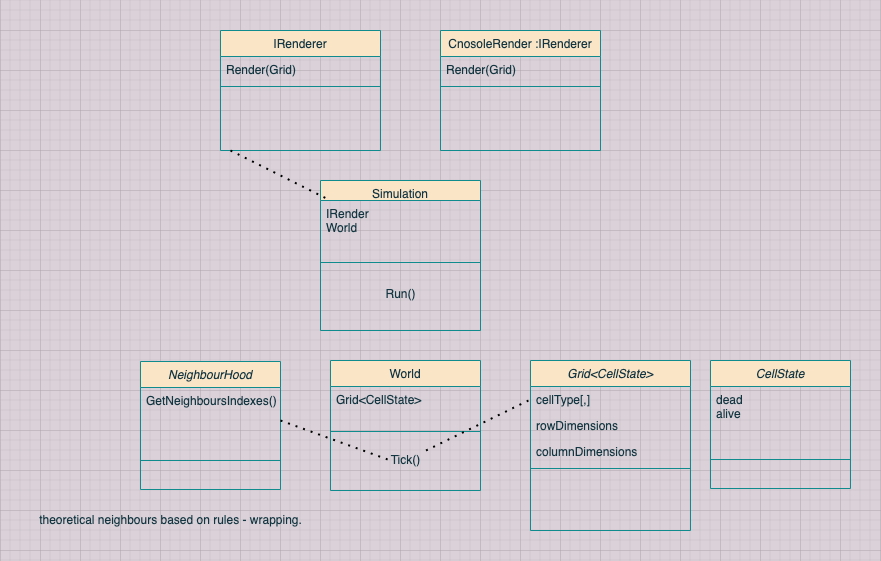
Earlier version of the draw.io export docs/plan.png (GorginZ/Conways). Source tidied: cells renumbered, new cells last; positions are measured from the earlier drawing's top-left corner, leaving out a move shared by most shapes. The source it was exported from:
```xml
<mxGraphModel background="#DAD2D8">
  <root>
    <mxCell id="0" />
    <mxCell id="1" parent="0" />
    <mxCell id="2" value="Grid&lt;CellState&gt;" style="swimlane;fontStyle=2;align=center;verticalAlign=top;horizontal=1;startSize=26;rounded=0;shadow=0;strokeWidth=1;fillColor=#FAE5C7;strokeColor=#0F8B8D;fontColor=#143642;" parent="1" vertex="1">
      <mxGeometry x="500" y="330" width="160" height="170" as="geometry" />
    </mxCell>
    <mxCell id="3" value="cellType[,]" style="text;align=left;verticalAlign=top;spacingLeft=4;spacingRight=4;overflow=hidden;points=[[0,0.5],[1,0.5]];portConstraint=eastwest;fontColor=#143642;" parent="2" vertex="1">
      <mxGeometry y="26" width="160" height="26" as="geometry" />
    </mxCell>
    <mxCell id="4" value="rowDimensions" style="text;align=left;verticalAlign=top;spacingLeft=4;spacingRight=4;overflow=hidden;rounded=0;shadow=0;html=0;fontColor=#143642;" parent="2" vertex="1">
      <mxGeometry y="52" width="160" height="26" as="geometry" />
    </mxCell>
    <mxCell id="5" value="columnDimensions" style="text;align=left;verticalAlign=top;spacingLeft=4;spacingRight=4;overflow=hidden;rounded=0;shadow=0;html=0;fontColor=#143642;" parent="2" vertex="1">
      <mxGeometry y="78" width="160" height="26" as="geometry" />
    </mxCell>
    <mxCell id="6" style="line;html=1;strokeWidth=1;align=left;verticalAlign=middle;spacingTop=-1;spacingLeft=3;spacingRight=3;labelPosition=right;labelBackgroundColor=#DAD2D8;fillColor=#FAE5C7;strokeColor=#0F8B8D;fontColor=#143642;" parent="2" vertex="1">
      <mxGeometry y="104" width="160" height="8" as="geometry" />
    </mxCell>
    <mxCell id="7" value="IRenderer" style="swimlane;fontStyle=0;align=center;verticalAlign=top;horizontal=1;startSize=26;rounded=0;shadow=0;strokeWidth=1;fillColor=#FAE5C7;strokeColor=#0F8B8D;fontColor=#143642;" parent="1" vertex="1">
      <mxGeometry x="190" width="160" height="120" as="geometry" />
    </mxCell>
    <mxCell id="8" value="Render(Grid)" style="text;align=left;verticalAlign=top;spacingLeft=4;spacingRight=4;overflow=hidden;points=[[0,0.5],[1,0.5]];portConstraint=eastwest;rounded=0;shadow=0;html=0;fontColor=#143642;" parent="7" vertex="1">
      <mxGeometry y="26" width="160" height="26" as="geometry" />
    </mxCell>
    <mxCell id="9" style="line;html=1;strokeWidth=1;align=left;verticalAlign=middle;spacingTop=-1;spacingLeft=3;spacingRight=3;labelPosition=right;labelBackgroundColor=#DAD2D8;fillColor=#FAE5C7;strokeColor=#0F8B8D;fontColor=#143642;" parent="7" vertex="1">
      <mxGeometry y="52" width="160" height="8" as="geometry" />
    </mxCell>
    <mxCell id="10" value="CellState" style="swimlane;fontStyle=2;align=center;verticalAlign=top;horizontal=1;startSize=26;rounded=0;shadow=0;strokeWidth=1;fillColor=#FAE5C7;strokeColor=#0F8B8D;fontColor=#143642;" parent="1" vertex="1">
      <mxGeometry x="680" y="330" width="140" height="128" as="geometry" />
    </mxCell>
    <mxCell id="11" value="dead&#10;alive&#10;" style="text;align=left;verticalAlign=top;spacingLeft=4;spacingRight=4;overflow=hidden;fontColor=#143642;" parent="10" vertex="1">
      <mxGeometry y="26" width="140" height="44" as="geometry" />
    </mxCell>
    <mxCell id="12" style="line;html=1;strokeWidth=1;align=left;verticalAlign=middle;spacingTop=-1;spacingLeft=3;spacingRight=3;labelPosition=right;labelBackgroundColor=#DAD2D8;fillColor=#FAE5C7;strokeColor=#0F8B8D;fontColor=#143642;" parent="10" vertex="1">
      <mxGeometry y="70" width="140" height="58" as="geometry" />
    </mxCell>
    <mxCell id="13" value="CnosoleRender :IRenderer" style="swimlane;fontStyle=0;align=center;verticalAlign=top;horizontal=1;startSize=26;rounded=0;shadow=0;strokeWidth=1;fillColor=#FAE5C7;strokeColor=#0F8B8D;fontColor=#143642;" parent="1" vertex="1">
      <mxGeometry x="410" width="160" height="120" as="geometry" />
    </mxCell>
    <mxCell id="14" value="Render(Grid)" style="text;align=left;verticalAlign=top;spacingLeft=4;spacingRight=4;overflow=hidden;rounded=0;shadow=0;html=0;fontColor=#143642;" parent="13" vertex="1">
      <mxGeometry y="26" width="160" height="26" as="geometry" />
    </mxCell>
    <mxCell id="15" style="line;html=1;strokeWidth=1;align=left;verticalAlign=middle;spacingTop=-1;spacingLeft=3;spacingRight=3;labelPosition=right;labelBackgroundColor=#DAD2D8;fillColor=#FAE5C7;strokeColor=#0F8B8D;fontColor=#143642;" parent="13" vertex="1">
      <mxGeometry y="52" width="160" height="8" as="geometry" />
    </mxCell>
    <mxCell id="16" value="NeighbourHood" style="swimlane;fontStyle=2;align=center;verticalAlign=top;horizontal=1;startSize=26;rounded=0;shadow=0;strokeWidth=1;fillColor=#FAE5C7;strokeColor=#0F8B8D;fontColor=#143642;" parent="1" vertex="1">
      <mxGeometry x="110" y="331" width="140" height="128" as="geometry" />
    </mxCell>
    <mxCell id="17" value="GetNeighboursIndexes()&#10;&#10;" style="text;align=left;verticalAlign=top;spacingLeft=4;spacingRight=4;overflow=hidden;fontColor=#143642;" parent="16" vertex="1">
      <mxGeometry y="26" width="140" height="44" as="geometry" />
    </mxCell>
    <mxCell id="18" style="line;html=1;strokeWidth=1;align=left;verticalAlign=middle;spacingTop=-1;spacingLeft=3;spacingRight=3;labelPosition=right;labelBackgroundColor=#DAD2D8;fillColor=#FAE5C7;strokeColor=#0F8B8D;fontColor=#143642;" parent="16" vertex="1">
      <mxGeometry y="70" width="140" height="58" as="geometry" />
    </mxCell>
    <mxCell id="19" value="World" style="swimlane;fontStyle=0;align=center;verticalAlign=top;horizontal=1;startSize=26;rounded=0;shadow=0;strokeWidth=1;fillColor=#FAE5C7;strokeColor=#0F8B8D;fontColor=#143642;" parent="1" vertex="1">
      <mxGeometry x="300" y="330" width="150" height="130" as="geometry" />
    </mxCell>
    <mxCell id="20" value="Grid&lt;CellState&gt;" style="text;align=left;verticalAlign=top;spacingLeft=4;spacingRight=4;overflow=hidden;rounded=0;shadow=0;html=0;fontColor=#143642;" parent="19" vertex="1">
      <mxGeometry y="26" width="150" height="26" as="geometry" />
    </mxCell>
    <mxCell id="21" style="line;html=1;strokeWidth=1;align=left;verticalAlign=middle;spacingTop=-1;spacingLeft=3;spacingRight=3;labelPosition=right;labelBackgroundColor=#DAD2D8;fillColor=#FAE5C7;strokeColor=#0F8B8D;fontColor=#143642;" parent="19" vertex="1">
      <mxGeometry y="52" width="150" height="38" as="geometry" />
    </mxCell>
    <mxCell id="22" value="Tick()" style="text;html=1;align=center;verticalAlign=middle;points=[];fontColor=#143642;" parent="19" vertex="1">
      <mxGeometry y="90" width="150" height="20" as="geometry" />
    </mxCell>
    <mxCell id="23" value="Simulation" style="swimlane;fontStyle=0;align=center;verticalAlign=top;horizontal=1;startSize=20;rounded=0;shadow=0;strokeWidth=1;fillColor=#FAE5C7;strokeColor=#0F8B8D;fontColor=#143642;" parent="1" vertex="1">
      <mxGeometry x="290" y="150" width="160" height="150" as="geometry" />
    </mxCell>
    <mxCell id="24" value="IRender&#10;World&#10;" style="text;align=left;verticalAlign=top;spacingLeft=4;spacingRight=4;overflow=hidden;rounded=0;shadow=0;html=0;fontColor=#143642;" parent="23" vertex="1">
      <mxGeometry y="20" width="160" height="40" as="geometry" />
    </mxCell>
    <mxCell id="25" style="line;html=1;strokeWidth=1;align=left;verticalAlign=middle;spacingTop=-1;spacingLeft=3;spacingRight=3;labelPosition=right;labelBackgroundColor=#DAD2D8;fillColor=#FAE5C7;strokeColor=#0F8B8D;fontColor=#143642;" parent="23" vertex="1">
      <mxGeometry y="60" width="160" height="44" as="geometry" />
    </mxCell>
    <mxCell id="26" value="Run()" style="text;html=1;align=center;verticalAlign=middle;points=[];fontColor=#143642;" parent="23" vertex="1">
      <mxGeometry y="104" width="160" height="20" as="geometry" />
    </mxCell>
    <mxCell id="27" style="endArrow=none;dashed=1;html=1;dashPattern=1 3;strokeWidth=2;fillColor=#FAE5C7;fontColor=#143642;" parent="1" edge="1">
      <mxGeometry relative="1" as="geometry">
        <mxPoint x="200" y="120" as="sourcePoint" />
        <mxPoint x="300" y="170" as="targetPoint" />
      </mxGeometry>
    </mxCell>
    <mxCell id="28" style="endArrow=none;dashed=1;html=1;dashPattern=1 3;strokeWidth=2;fillColor=#FAE5C7;fontColor=#143642;" parent="1" edge="1">
      <mxGeometry relative="1" as="geometry">
        <mxPoint x="250" y="390" as="sourcePoint" />
        <mxPoint x="360" y="430" as="targetPoint" />
      </mxGeometry>
    </mxCell>
    <mxCell id="29" value="theoretical neighbours based on rules - wrapping." style="text;html=1;align=center;verticalAlign=middle;fontColor=#143642;" parent="1" vertex="1">
      <mxGeometry y="480" width="280" height="20" as="geometry" />
    </mxCell>
    <mxCell id="30" style="endArrow=none;dashed=1;html=1;dashPattern=1 3;strokeWidth=2;fillColor=#FAE5C7;fontColor=#143642;entryX=0;entryY=0.5;entryDx=0;entryDy=0;" parent="1" edge="1" source="22" target="3">
      <mxGeometry relative="1" as="geometry" />
    </mxCell>
  </root>
</mxGraphModel>
```
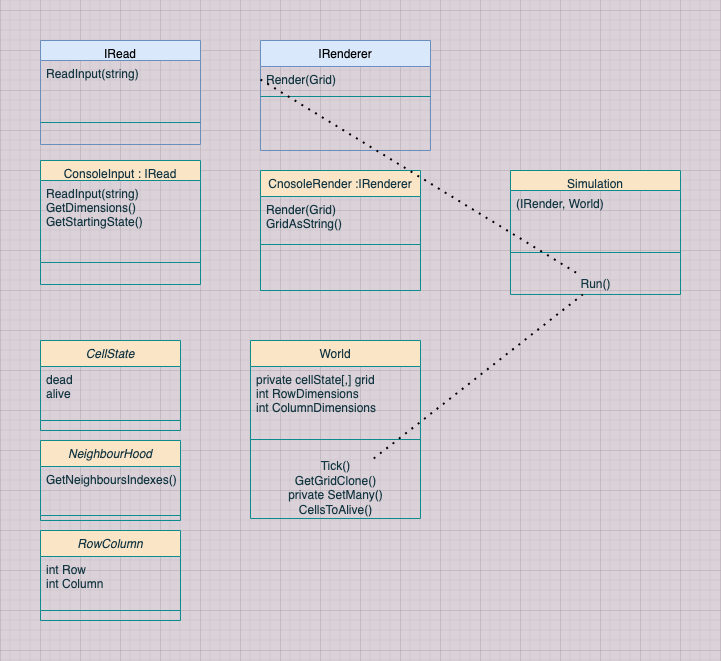
After the change.

Commit message:
tidied up class diagram

Change to the diagram source:
```diff
@@ -2,98 +2,98 @@
   <root>
     <mxCell id="0" />
     <mxCell id="1" parent="0" />
-    <mxCell id="2" value="Grid&lt;CellState&gt;" style="swimlane;fontStyle=2;align=center;verticalAlign=top;horizontal=1;startSize=26;rounded=0;shadow=0;strokeWidth=1;fillColor=#FAE5C7;strokeColor=#0F8B8D;fontColor=#143642;" parent="1" vertex="1">
-      <mxGeometry x="500" y="330" width="160" height="170" as="geometry" />
-    </mxCell>
-    <mxCell id="3" value="cellType[,]" style="text;align=left;verticalAlign=top;spacingLeft=4;spacingRight=4;overflow=hidden;points=[[0,0.5],[1,0.5]];portConstraint=eastwest;fontColor=#143642;" parent="2" vertex="1">
-      <mxGeometry y="26" width="160" height="26" as="geometry" />
-    </mxCell>
-    <mxCell id="4" value="rowDimensions" style="text;align=left;verticalAlign=top;spacingLeft=4;spacingRight=4;overflow=hidden;rounded=0;shadow=0;html=0;fontColor=#143642;" parent="2" vertex="1">
-      <mxGeometry y="52" width="160" height="26" as="geometry" />
-    </mxCell>
-    <mxCell id="5" value="columnDimensions" style="text;align=left;verticalAlign=top;spacingLeft=4;spacingRight=4;overflow=hidden;rounded=0;shadow=0;html=0;fontColor=#143642;" parent="2" vertex="1">
-      <mxGeometry y="78" width="160" height="26" as="geometry" />
-    </mxCell>
-    <mxCell id="6" style="line;html=1;strokeWidth=1;align=left;verticalAlign=middle;spacingTop=-1;spacingLeft=3;spacingRight=3;labelPosition=right;labelBackgroundColor=#DAD2D8;fillColor=#FAE5C7;strokeColor=#0F8B8D;fontColor=#143642;" parent="2" vertex="1">
-      <mxGeometry y="104" width="160" height="8" as="geometry" />
-    </mxCell>
-    <mxCell id="7" value="IRenderer" style="swimlane;fontStyle=0;align=center;verticalAlign=top;horizontal=1;startSize=26;rounded=0;shadow=0;strokeWidth=1;fillColor=#FAE5C7;strokeColor=#0F8B8D;fontColor=#143642;" parent="1" vertex="1">
-      <mxGeometry x="190" width="160" height="120" as="geometry" />
+    <mxCell id="7" value="IRenderer" style="swimlane;fontStyle=0;align=center;verticalAlign=top;horizontal=1;startSize=26;rounded=0;shadow=0;strokeWidth=1;fillColor=#dae8fc;strokeColor=#6c8ebf;" parent="1" vertex="1">
+      <mxGeometry x="230" y="-90" width="170" height="110" as="geometry" />
     </mxCell>
     <mxCell id="8" value="Render(Grid)" style="text;align=left;verticalAlign=top;spacingLeft=4;spacingRight=4;overflow=hidden;points=[[0,0.5],[1,0.5]];portConstraint=eastwest;rounded=0;shadow=0;html=0;fontColor=#143642;" parent="7" vertex="1">
-      <mxGeometry y="26" width="160" height="26" as="geometry" />
+      <mxGeometry y="26" width="170" height="26" as="geometry" />
     </mxCell>
     <mxCell id="9" style="line;html=1;strokeWidth=1;align=left;verticalAlign=middle;spacingTop=-1;spacingLeft=3;spacingRight=3;labelPosition=right;labelBackgroundColor=#DAD2D8;fillColor=#FAE5C7;strokeColor=#0F8B8D;fontColor=#143642;" parent="7" vertex="1">
-      <mxGeometry y="52" width="160" height="8" as="geometry" />
+      <mxGeometry y="52" width="170" height="8" as="geometry" />
     </mxCell>
     <mxCell id="10" value="CellState" style="swimlane;fontStyle=2;align=center;verticalAlign=top;horizontal=1;startSize=26;rounded=0;shadow=0;strokeWidth=1;fillColor=#FAE5C7;strokeColor=#0F8B8D;fontColor=#143642;" parent="1" vertex="1">
-      <mxGeometry x="680" y="330" width="140" height="128" as="geometry" />
+      <mxGeometry x="10" y="210" width="140" height="90" as="geometry" />
     </mxCell>
     <mxCell id="11" value="dead&#10;alive&#10;" style="text;align=left;verticalAlign=top;spacingLeft=4;spacingRight=4;overflow=hidden;fontColor=#143642;" parent="10" vertex="1">
       <mxGeometry y="26" width="140" height="44" as="geometry" />
     </mxCell>
     <mxCell id="12" style="line;html=1;strokeWidth=1;align=left;verticalAlign=middle;spacingTop=-1;spacingLeft=3;spacingRight=3;labelPosition=right;labelBackgroundColor=#DAD2D8;fillColor=#FAE5C7;strokeColor=#0F8B8D;fontColor=#143642;" parent="10" vertex="1">
-      <mxGeometry y="70" width="140" height="58" as="geometry" />
+      <mxGeometry y="70" width="140" height="20" as="geometry" />
     </mxCell>
     <mxCell id="13" value="CnosoleRender :IRenderer" style="swimlane;fontStyle=0;align=center;verticalAlign=top;horizontal=1;startSize=26;rounded=0;shadow=0;strokeWidth=1;fillColor=#FAE5C7;strokeColor=#0F8B8D;fontColor=#143642;" parent="1" vertex="1">
-      <mxGeometry x="410" width="160" height="120" as="geometry" />
+      <mxGeometry x="230" y="40" width="160" height="120" as="geometry" />
     </mxCell>
-    <mxCell id="14" value="Render(Grid)" style="text;align=left;verticalAlign=top;spacingLeft=4;spacingRight=4;overflow=hidden;rounded=0;shadow=0;html=0;fontColor=#143642;" parent="13" vertex="1">
-      <mxGeometry y="26" width="160" height="26" as="geometry" />
+    <mxCell id="14" value="Render(Grid)&#10;GridAsString()&#10;" style="text;align=left;verticalAlign=top;spacingLeft=4;spacingRight=4;overflow=hidden;rounded=0;shadow=0;html=0;fontColor=#143642;" parent="13" vertex="1">
+      <mxGeometry y="26" width="160" height="44" as="geometry" />
     </mxCell>
     <mxCell id="15" style="line;html=1;strokeWidth=1;align=left;verticalAlign=middle;spacingTop=-1;spacingLeft=3;spacingRight=3;labelPosition=right;labelBackgroundColor=#DAD2D8;fillColor=#FAE5C7;strokeColor=#0F8B8D;fontColor=#143642;" parent="13" vertex="1">
-      <mxGeometry y="52" width="160" height="8" as="geometry" />
+      <mxGeometry y="70" width="160" height="8" as="geometry" />
     </mxCell>
     <mxCell id="16" value="NeighbourHood" style="swimlane;fontStyle=2;align=center;verticalAlign=top;horizontal=1;startSize=26;rounded=0;shadow=0;strokeWidth=1;fillColor=#FAE5C7;strokeColor=#0F8B8D;fontColor=#143642;" parent="1" vertex="1">
-      <mxGeometry x="110" y="331" width="140" height="128" as="geometry" />
+      <mxGeometry x="10" y="310" width="140" height="80" as="geometry" />
     </mxCell>
     <mxCell id="17" value="GetNeighboursIndexes()&#10;&#10;" style="text;align=left;verticalAlign=top;spacingLeft=4;spacingRight=4;overflow=hidden;fontColor=#143642;" parent="16" vertex="1">
       <mxGeometry y="26" width="140" height="44" as="geometry" />
     </mxCell>
     <mxCell id="18" style="line;html=1;strokeWidth=1;align=left;verticalAlign=middle;spacingTop=-1;spacingLeft=3;spacingRight=3;labelPosition=right;labelBackgroundColor=#DAD2D8;fillColor=#FAE5C7;strokeColor=#0F8B8D;fontColor=#143642;" parent="16" vertex="1">
-      <mxGeometry y="70" width="140" height="58" as="geometry" />
+      <mxGeometry y="70" width="140" height="10" as="geometry" />
     </mxCell>
     <mxCell id="19" value="World" style="swimlane;fontStyle=0;align=center;verticalAlign=top;horizontal=1;startSize=26;rounded=0;shadow=0;strokeWidth=1;fillColor=#FAE5C7;strokeColor=#0F8B8D;fontColor=#143642;" parent="1" vertex="1">
-      <mxGeometry x="300" y="330" width="150" height="130" as="geometry" />
+      <mxGeometry x="220" y="210" width="170" height="178" as="geometry" />
     </mxCell>
-    <mxCell id="20" value="Grid&lt;CellState&gt;" style="text;align=left;verticalAlign=top;spacingLeft=4;spacingRight=4;overflow=hidden;rounded=0;shadow=0;html=0;fontColor=#143642;" parent="19" vertex="1">
-      <mxGeometry y="26" width="150" height="26" as="geometry" />
+    <mxCell id="20" value="private cellState[,] grid&#10;int RowDimensions&#10;int ColumnDimensions&#10;" style="text;align=left;verticalAlign=top;spacingLeft=4;spacingRight=4;overflow=hidden;rounded=0;shadow=0;html=0;fontColor=#143642;" parent="19" vertex="1">
+      <mxGeometry y="26" width="170" height="54" as="geometry" />
     </mxCell>
     <mxCell id="21" style="line;html=1;strokeWidth=1;align=left;verticalAlign=middle;spacingTop=-1;spacingLeft=3;spacingRight=3;labelPosition=right;labelBackgroundColor=#DAD2D8;fillColor=#FAE5C7;strokeColor=#0F8B8D;fontColor=#143642;" parent="19" vertex="1">
-      <mxGeometry y="52" width="150" height="38" as="geometry" />
+      <mxGeometry y="80" width="170" height="38" as="geometry" />
     </mxCell>
-    <mxCell id="22" value="Tick()" style="text;html=1;align=center;verticalAlign=middle;points=[];fontColor=#143642;" parent="19" vertex="1">
-      <mxGeometry y="90" width="150" height="20" as="geometry" />
+    <mxCell id="22" value="&lt;div&gt;Tick()&lt;/div&gt;&lt;div&gt;GetGridClone()&lt;/div&gt;&lt;div&gt;private SetMany()&lt;/div&gt;&lt;div&gt;CellsToAlive()&lt;br&gt;&lt;/div&gt;" style="text;html=1;align=center;verticalAlign=middle;points=[];fontColor=#143642;" parent="19" vertex="1">
+      <mxGeometry y="118" width="170" height="60" as="geometry" />
     </mxCell>
     <mxCell id="23" value="Simulation" style="swimlane;fontStyle=0;align=center;verticalAlign=top;horizontal=1;startSize=20;rounded=0;shadow=0;strokeWidth=1;fillColor=#FAE5C7;strokeColor=#0F8B8D;fontColor=#143642;" parent="1" vertex="1">
-      <mxGeometry x="290" y="150" width="160" height="150" as="geometry" />
+      <mxGeometry x="480" y="40" width="170" height="124" as="geometry" />
     </mxCell>
-    <mxCell id="24" value="IRender&#10;World&#10;" style="text;align=left;verticalAlign=top;spacingLeft=4;spacingRight=4;overflow=hidden;rounded=0;shadow=0;html=0;fontColor=#143642;" parent="23" vertex="1">
-      <mxGeometry y="20" width="160" height="40" as="geometry" />
+    <mxCell id="24" value="(IRender, World)&#10;" style="text;align=left;verticalAlign=top;spacingLeft=4;spacingRight=4;overflow=hidden;rounded=0;shadow=0;html=0;fontColor=#143642;" parent="23" vertex="1">
+      <mxGeometry y="20" width="170" height="40" as="geometry" />
     </mxCell>
     <mxCell id="25" style="line;html=1;strokeWidth=1;align=left;verticalAlign=middle;spacingTop=-1;spacingLeft=3;spacingRight=3;labelPosition=right;labelBackgroundColor=#DAD2D8;fillColor=#FAE5C7;strokeColor=#0F8B8D;fontColor=#143642;" parent="23" vertex="1">
-      <mxGeometry y="60" width="160" height="44" as="geometry" />
+      <mxGeometry y="60" width="170" height="44" as="geometry" />
     </mxCell>
     <mxCell id="26" value="Run()" style="text;html=1;align=center;verticalAlign=middle;points=[];fontColor=#143642;" parent="23" vertex="1">
-      <mxGeometry y="104" width="160" height="20" as="geometry" />
+      <mxGeometry y="104" width="170" height="20" as="geometry" />
     </mxCell>
-    <mxCell id="27" style="endArrow=none;dashed=1;html=1;dashPattern=1 3;strokeWidth=2;fillColor=#FAE5C7;fontColor=#143642;" parent="1" edge="1">
-      <mxGeometry relative="1" as="geometry">
-        <mxPoint x="200" y="120" as="sourcePoint" />
-        <mxPoint x="300" y="170" as="targetPoint" />
-      </mxGeometry>
+    <mxCell id="27" style="endArrow=none;dashed=1;html=1;dashPattern=1 3;strokeWidth=2;fillColor=#FAE5C7;fontColor=#143642;exitX=0;exitY=0.5;exitDx=0;exitDy=0;" parent="1" edge="1" source="8" target="26">
+      <mxGeometry relative="1" as="geometry" />
     </mxCell>
-    <mxCell id="28" style="endArrow=none;dashed=1;html=1;dashPattern=1 3;strokeWidth=2;fillColor=#FAE5C7;fontColor=#143642;" parent="1" edge="1">
-      <mxGeometry relative="1" as="geometry">
-        <mxPoint x="250" y="390" as="sourcePoint" />
-        <mxPoint x="360" y="430" as="targetPoint" />
-      </mxGeometry>
-    </mxCell>
-    <mxCell id="29" value="theoretical neighbours based on rules - wrapping." style="text;html=1;align=center;verticalAlign=middle;fontColor=#143642;" parent="1" vertex="1">
-      <mxGeometry y="480" width="280" height="20" as="geometry" />
-    </mxCell>
-    <mxCell id="30" style="endArrow=none;dashed=1;html=1;dashPattern=1 3;strokeWidth=2;fillColor=#FAE5C7;fontColor=#143642;entryX=0;entryY=0.5;entryDx=0;entryDy=0;" parent="1" edge="1" source="22" target="3">
-      <mxGeometry relative="1" as="geometry" />
-    </mxCell>
+    <mxCell id="31" value="IRead" style="swimlane;fontStyle=0;align=center;verticalAlign=top;horizontal=1;startSize=20;rounded=0;shadow=0;strokeWidth=1;fillColor=#dae8fc;strokeColor=#6c8ebf;" parent="1" vertex="1">
+      <mxGeometry x="10" y="-90" width="160" height="104" as="geometry" />
+    </mxCell>
+    <mxCell id="32" value="ReadInput(string)" style="text;align=left;verticalAlign=top;spacingLeft=4;spacingRight=4;overflow=hidden;rounded=0;shadow=0;html=0;fontColor=#143642;" parent="31" vertex="1">
+      <mxGeometry y="20" width="160" height="40" as="geometry" />
+    </mxCell>
+    <mxCell id="33" style="line;html=1;strokeWidth=1;align=left;verticalAlign=middle;spacingTop=-1;spacingLeft=3;spacingRight=3;labelPosition=right;labelBackgroundColor=#DAD2D8;fillColor=#FAE5C7;strokeColor=#0F8B8D;fontColor=#143642;" parent="31" vertex="1">
+      <mxGeometry y="60" width="160" height="44" as="geometry" />
+    </mxCell>
+    <mxCell id="34" value="ConsoleInput : IRead" style="swimlane;fontStyle=0;align=center;verticalAlign=top;horizontal=1;startSize=20;rounded=0;shadow=0;strokeWidth=1;fillColor=#FAE5C7;strokeColor=#0F8B8D;fontColor=#143642;" parent="1" vertex="1">
+      <mxGeometry x="10" y="30" width="160" height="124" as="geometry" />
+    </mxCell>
+    <mxCell id="35" value="ReadInput(string)&#10;GetDimensions()&#10;GetStartingState()&#10;" style="text;align=left;verticalAlign=top;spacingLeft=4;spacingRight=4;overflow=hidden;rounded=0;shadow=0;html=0;fontColor=#143642;" parent="34" vertex="1">
+      <mxGeometry y="20" width="160" height="60" as="geometry" />
+    </mxCell>
+    <mxCell id="36" style="line;html=1;strokeWidth=1;align=left;verticalAlign=middle;spacingTop=-1;spacingLeft=3;spacingRight=3;labelPosition=right;labelBackgroundColor=#DAD2D8;fillColor=#FAE5C7;strokeColor=#0F8B8D;fontColor=#143642;" parent="34" vertex="1">
+      <mxGeometry y="80" width="160" height="44" as="geometry" />
+    </mxCell>
+    <mxCell id="37" style="endArrow=none;dashed=1;html=1;dashPattern=1 3;strokeWidth=2;fillColor=#FAE5C7;fontColor=#143642;" parent="1" edge="1" source="22" target="26">
+      <mxGeometry relative="1" as="geometry" />
+    </mxCell>
+    <mxCell id="38" value="RowColumn" style="swimlane;fontStyle=2;align=center;verticalAlign=top;horizontal=1;startSize=26;rounded=0;shadow=0;strokeWidth=1;fillColor=#FAE5C7;strokeColor=#0F8B8D;fontColor=#143642;" parent="1" vertex="1">
+      <mxGeometry x="10" y="400" width="140" height="90" as="geometry" />
+    </mxCell>
+    <mxCell id="39" value="int Row&#10;int Column&#10;" style="text;align=left;verticalAlign=top;spacingLeft=4;spacingRight=4;overflow=hidden;fontColor=#143642;" parent="38" vertex="1">
+      <mxGeometry y="26" width="140" height="44" as="geometry" />
+    </mxCell>
+    <mxCell id="40" style="line;html=1;strokeWidth=1;align=left;verticalAlign=middle;spacingTop=-1;spacingLeft=3;spacingRight=3;labelPosition=right;labelBackgroundColor=#DAD2D8;fillColor=#FAE5C7;strokeColor=#0F8B8D;fontColor=#143642;" parent="38" vertex="1">
+      <mxGeometry y="70" width="140" height="20" as="geometry" />
+    </mxCell>
   </root>
 </mxGraphModel>
```
